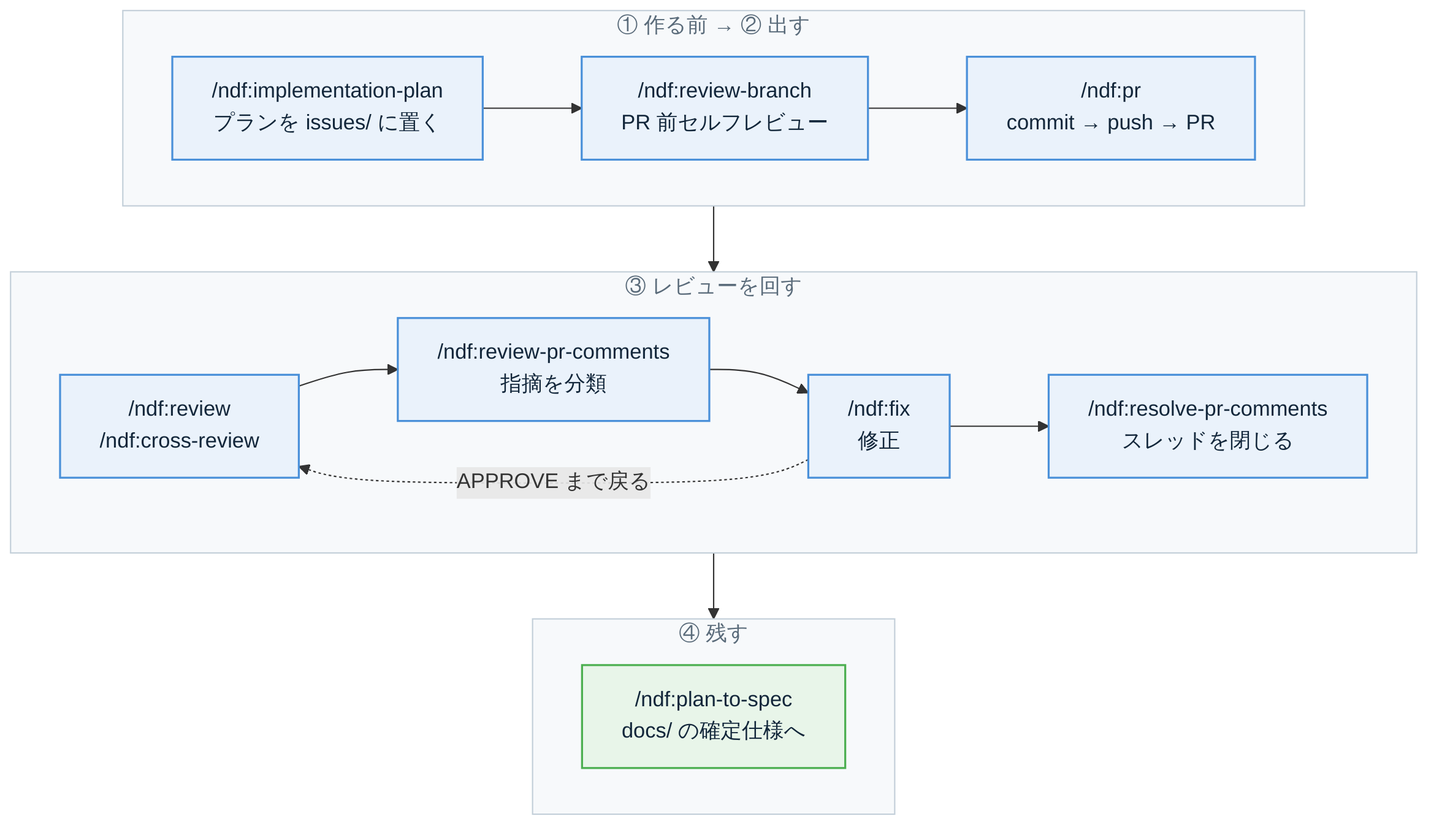
The Mermaid diagram docs/presentations/images/pr-flow.png in devbasex/ai-plugins, before a commit. Its source is kept beside it as docs/presentations/diagrams/pr-flow.mmd.
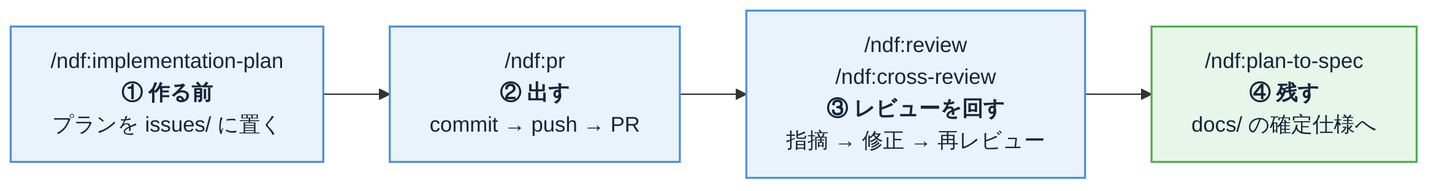
After the change.

The edit, as a diff of the source:
```diff
@@ -1,32 +1,12 @@
-flowchart TB
-  subgraph P1["① 作る前 → ② 出す"]
-    direction LR
-    A["/ndf:implementation-plan<br/>プランを issues/ に置く"]
-    B["/ndf:review-branch<br/>PR 前セルフレビュー"]
-    C["/ndf:pr<br/>commit → push → PR"]
-    A --> B --> C
-  end
+flowchart LR
+  A["/ndf:implementation-plan<br/><b>① 作る前</b><br/>プランを issues/ に置く"]
+  B["/ndf:pr<br/><b>② 出す</b><br/>commit → push → PR"]
+  C["/ndf:review<br/>/ndf:cross-review<br/><b>③ レビューを回す</b><br/>指摘 → 修正 → 再レビュー"]
+  D["/ndf:plan-to-spec<br/><b>④ 残す</b><br/>docs/ の確定仕様へ"]
 
-  subgraph P3["③ レビューを回す"]
-    direction LR
-    D["/ndf:review<br/>/ndf:cross-review"]
-    E["/ndf:review-pr-comments<br/>指摘を分類"]
-    F["/ndf:fix<br/>修正"]
-    G["/ndf:resolve-pr-comments<br/>スレッドを閉じる"]
-    D --> E --> F --> G
-    F -. "APPROVE まで戻る" .-> D
-  end
-
-  subgraph P4["④ 残す"]
-    direction LR
-    H["/ndf:plan-to-spec<br/>docs/ の確定仕様へ"]
-  end
-
-  P1 --> P3 --> P4
+  A --> B --> C --> D
 
   classDef step fill:#eaf2fb,stroke:#4a90d9,stroke-width:1.5px,color:#12263a
   classDef keep fill:#e8f5e9,stroke:#4caf50,stroke-width:1.5px,color:#12263a
-  class A,B,C,D,E,F,G step
-  class H keep
-  classDef phase fill:#f7f9fb,stroke:#c3cfd9,stroke-width:1px,color:#5a6b7a
-  class P1,P3,P4 phase
+  class A,B,C step
+  class D keep
```
